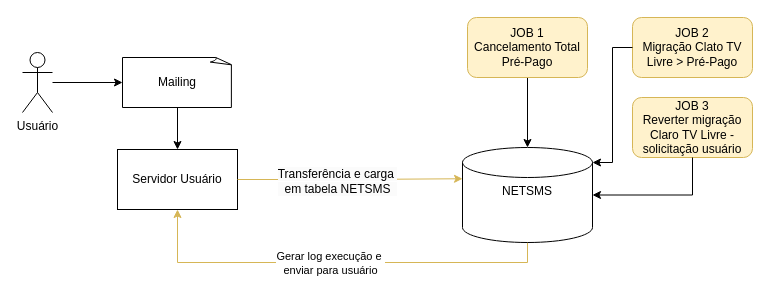
Before: Migração Compulsória Pré-Pago e TV Livre.drawio in samirali/ClaroBrasil, a draw.io diagram. Source tidied: cells renumbered, new cells numbered last; positions are measured from the earlier drawing's top-left corner, leaving out a move shared by most shapes. Both pictures are drawn from the tidied source at 100%, with x=0, y=0 at pixel (22, 17).
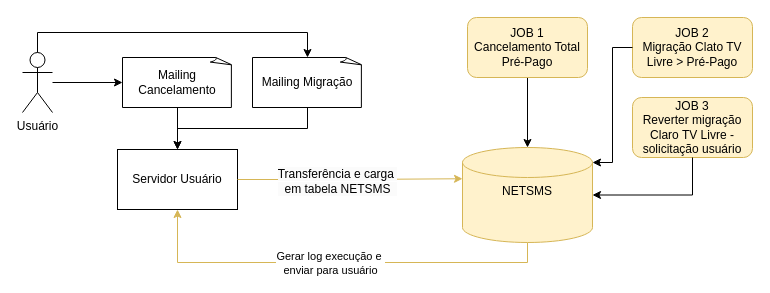
The same diagram, later.

The change refers to these unchanged cells:
```xml
<mxCell id="5" value="Servidor Usuário" style="rounded=0;whiteSpace=wrap;html=1;hachureGap=4;fontFamily=Helvetica;" parent="1" vertex="1">
  <mxGeometry x="95" y="132" width="120" height="60" as="geometry" />
</mxCell>
<mxCell id="6" value="Usuário" style="shape=umlActor;verticalLabelPosition=bottom;verticalAlign=top;html=1;outlineConnect=0;hachureGap=4;fontFamily=Helvetica;" parent="1" vertex="1">
  <mxGeometry y="35" width="30" height="60" as="geometry" />
</mxCell>
```

Diff of the diagram source:
```diff
@@
-    <mxCell id="4" value="NETSMS" style="shape=cylinder3;whiteSpace=wrap;html=1;boundedLbl=1;backgroundOutline=1;size=15;hachureGap=4;fontFamily=Helvetica;verticalAlign=top;" parent="1" vertex="1">
+    <mxCell id="4" value="NETSMS" style="shape=cylinder3;whiteSpace=wrap;html=1;boundedLbl=1;backgroundOutline=1;size=15;hachureGap=4;fontFamily=Helvetica;verticalAlign=top;fillColor=#fff2cc;strokeColor=#d6b656;" parent="1" vertex="1">
       <mxGeometry x="440" y="130" width="130" height="95" as="geometry" />
     </mxCell>
@@
-    <mxCell id="7" value="Mailing" style="whiteSpace=wrap;html=1;shape=mxgraph.basic.document;hachureGap=4;fontFamily=Helvetica;" parent="1" vertex="1">
+    <mxCell id="7" value="Mailing Cancelamento" style="whiteSpace=wrap;html=1;shape=mxgraph.basic.document;hachureGap=4;fontFamily=Helvetica;" parent="1" vertex="1">
       <mxGeometry x="100" y="40" width="110" height="50" as="geometry" />
     </mxCell>
@@
+    <mxCell id="18" style="edgeStyle=orthogonalEdgeStyle;rounded=0;hachureGap=4;jettySize=auto;html=1;entryX=0.5;entryY=0;entryDx=0;entryDy=0;fontFamily=Architects Daughter;exitX=0.5;exitY=1;exitDx=0;exitDy=0;exitPerimeter=0;" parent="1" edge="1" source="19" target="5">
+      <mxGeometry relative="1" as="geometry" />
+    </mxCell>
+    <mxCell id="19" value="Mailing Migração" style="whiteSpace=wrap;html=1;shape=mxgraph.basic.document;hachureGap=4;fontFamily=Helvetica;" parent="1" vertex="1">
+      <mxGeometry x="230" y="40" width="110" height="50" as="geometry" />
+    </mxCell>
+    <mxCell id="20" style="edgeStyle=orthogonalEdgeStyle;rounded=0;hachureGap=4;jettySize=auto;html=1;entryX=0.5;entryY=0;entryDx=0;entryDy=0;entryPerimeter=0;fontFamily=Architects Daughter;" parent="1" edge="1" source="6" target="19">
+      <mxGeometry relative="1" as="geometry">
+        <Array as="points">
+          <mxPoint x="15" y="15" />
+          <mxPoint x="285" y="15" />
+        </Array>
+      </mxGeometry>
+    </mxCell>
```
